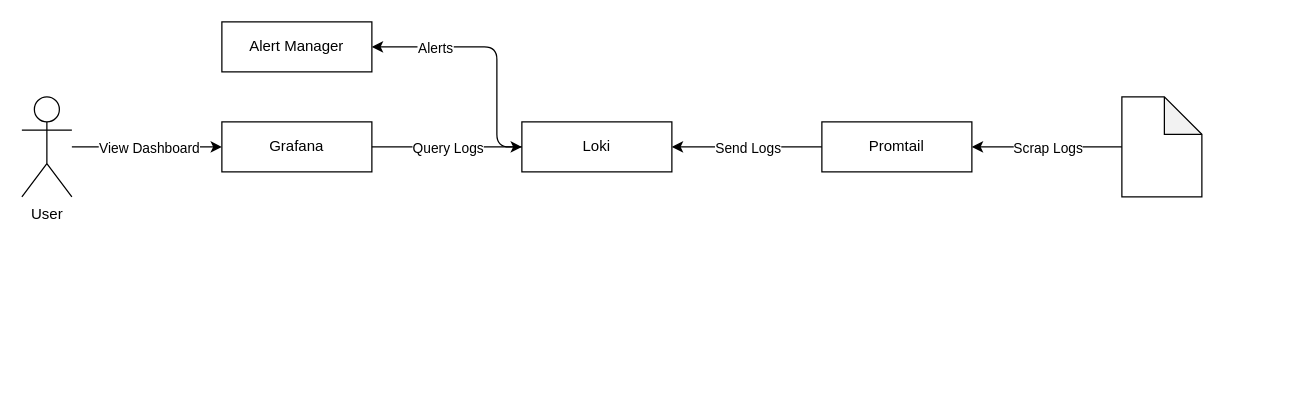
This is 00_Logging/Aritecture.drawio from Jack-GVDL/Reference_Architecture, a draw.io file, before an edit. Source tidied: cells renumbered, new cells numbered last; positions are measured from the earlier drawing's top-left corner, leaving out a move shared by most shapes. Both pictures are drawn from the tidied source at 125%, with x=0, y=0 at pixel (21, 21).
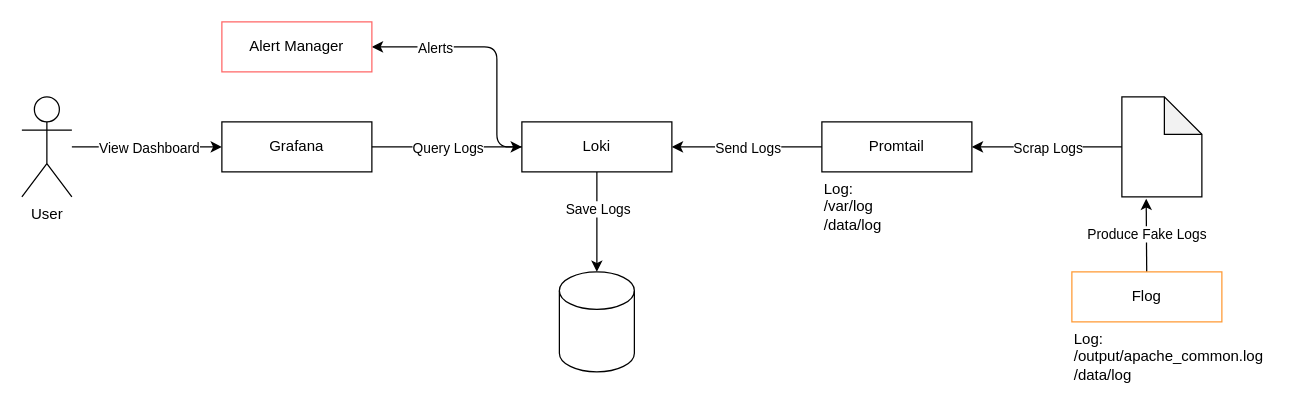
After the change.

Unchanged cells that the change refers to:
```xml
<mxCell id="7" value="Loki" style="rounded=0;whiteSpace=wrap;html=1;fillColor=none;" parent="1" vertex="1">
  <mxGeometry x="400" y="80" width="120" height="40" as="geometry" />
</mxCell>
<mxCell id="17" style="shape=note;whiteSpace=wrap;html=1;backgroundOutline=1;darkOpacity=0.05;fillColor=none;" parent="1" vertex="1">
  <mxGeometry x="880" y="60" width="64" height="80" as="geometry" />
</mxCell>
```

Diff of the diagram source:
```diff
@@
+    <mxCell id="18" style="edgeStyle=none;html=1;" parent="1" edge="1" source="7" target="24">
+      <mxGeometry relative="1" as="geometry" />
+    </mxCell>
+    <mxCell id="19" value="Save Logs" style="edgeLabel;html=1;align=center;verticalAlign=middle;" parent="18" vertex="1">
+      <mxGeometry x="-0.27" relative="1" as="geometry" />
+    </mxCell>
@@
-    <mxCell id="11" value="Alert Manager" style="rounded=0;whiteSpace=wrap;html=1;fillColor=none;" parent="1" vertex="1">
+    <mxCell id="11" value="Alert Manager" style="rounded=0;whiteSpace=wrap;html=1;fillColor=none;strokeColor=#FF6666;" parent="1" vertex="1">
       <mxGeometry x="160" width="120" height="40" as="geometry" />
     </mxCell>
@@
+    <mxCell id="20" value="Produce Fake Logs" style="edgeStyle=none;html=1;entryX=0.304;entryY=1.018;entryDx=0;entryDy=0;entryPerimeter=0;" parent="1" edge="1" source="21" target="17">
+      <mxGeometry x="0.02" relative="1" as="geometry" />
+    </mxCell>
+    <mxCell id="21" value="Flog" style="rounded=0;whiteSpace=wrap;html=1;fillColor=none;strokeColor=#FF9933;strokeWidth=1;" parent="1" vertex="1">
+      <mxGeometry x="840" y="200" width="120" height="40" as="geometry" />
+    </mxCell>
+    <mxCell id="22" value="Log: /output/apache_common.log&amp;nbsp;&lt;br&gt;/data/log" style="text;html=1;strokeColor=none;fillColor=none;align=left;verticalAlign=top;whiteSpace=wrap;rounded=0;" parent="1" vertex="1">
+      <mxGeometry x="840" y="240" width="120" height="40" as="geometry" />
+    </mxCell>
+    <mxCell id="23" value="Log:&lt;br&gt;/var/log&lt;br&gt;/data/log" style="text;html=1;strokeColor=none;fillColor=none;align=left;verticalAlign=top;whiteSpace=wrap;rounded=0;" parent="1" vertex="1">
+      <mxGeometry x="640" y="120" width="120" height="40" as="geometry" />
+    </mxCell>
+    <mxCell id="24" style="shape=cylinder3;whiteSpace=wrap;html=1;boundedLbl=1;backgroundOutline=1;size=15;" parent="1" vertex="1">
+      <mxGeometry x="430" y="200" width="60" height="80" as="geometry" />
+    </mxCell>
```
